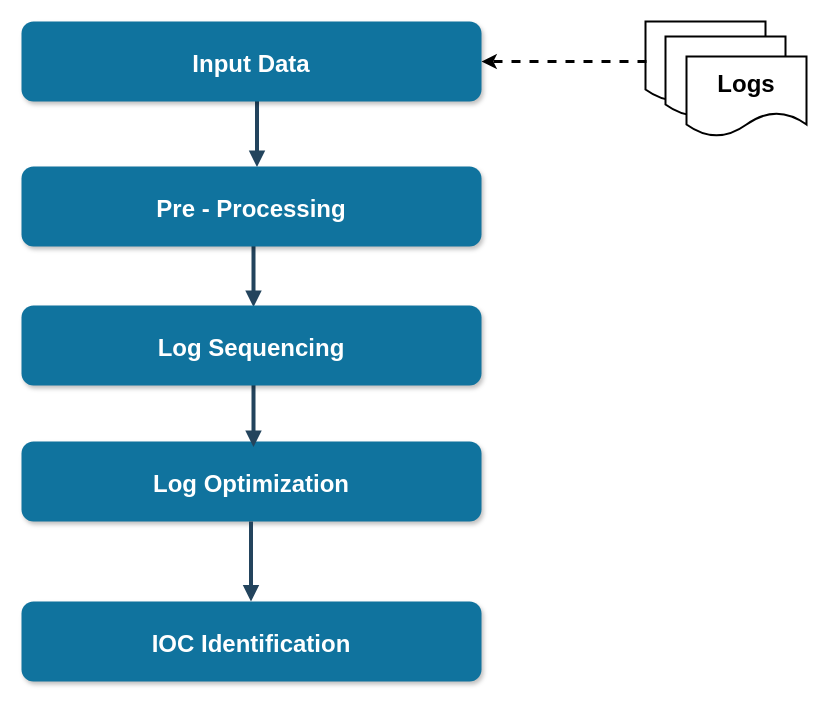
The draw.io diagram Flow Chart 1.drawio in Sjbill/Vishal-Deepfake-Dataset, before the edit. Source tidied: cells renumbered, new cells numbered last; positions are measured from the earlier drawing's top-left corner, leaving out a move shared by most shapes. Both pictures are drawn from the tidied source at 100%, with x=0, y=0 at pixel (21, 21).
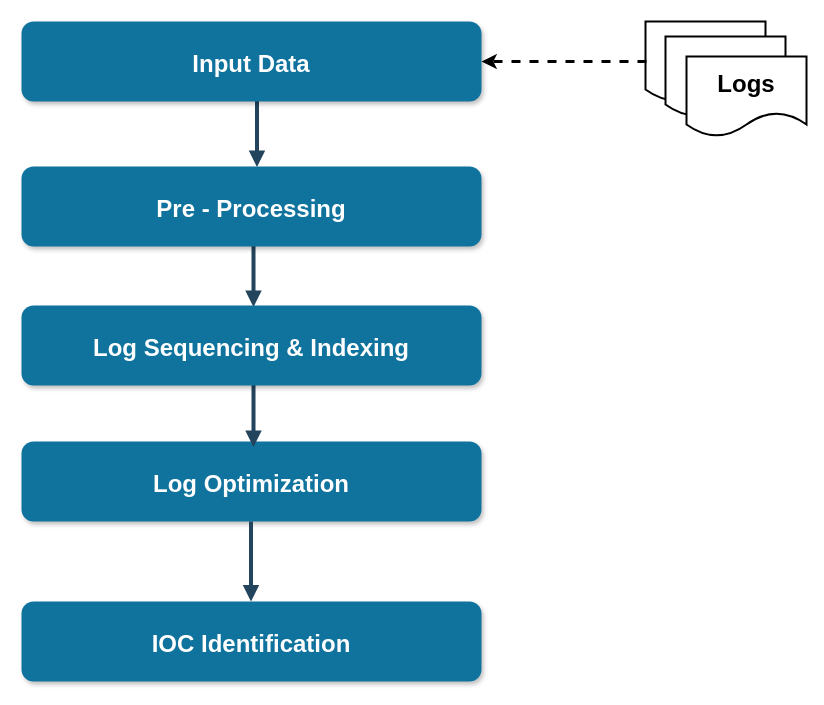
The same diagram, later.

What changed in the source:
```diff
@@
 <mxGraphModel>
   <root>
     <mxCell id="0" />
     <mxCell id="1" parent="0" />
     <mxCell id="2" style="shape=document;whiteSpace=wrap;html=1;boundedLbl=1;strokeWidth=2;fontSize=24;" parent="1" vertex="1">
       <mxGeometry x="624" width="120" height="80" as="geometry" />
     </mxCell>
     <mxCell id="3" style="shape=document;whiteSpace=wrap;html=1;boundedLbl=1;strokeWidth=2;fontSize=24;" parent="1" vertex="1">
       <mxGeometry x="644" y="15" width="120" height="80" as="geometry" />
     </mxCell>
     <mxCell id="4" style="endArrow=classic;html=1;rounded=0;dashed=1;strokeWidth=3;fontSize=24;entryX=1;entryY=0.5;entryDx=0;entryDy=0;" parent="1" edge="1" target="12">
       <mxGeometry relative="1" as="geometry">
         <mxPoint x="625" y="40" as="sourcePoint" />
       </mxGeometry>
     </mxCell>
     <mxCell id="5" style="edgeStyle=elbowEdgeStyle;elbow=vertical;strokeWidth=4;endArrow=block;endFill=1;fontStyle=1;strokeColor=#23445D;fontSize=24;" parent="1" edge="1">
       <mxGeometry x="22" y="165.5" as="geometry">
         <mxPoint x="235.5" y="65.5" as="sourcePoint" />
         <mxPoint x="235.5" y="145.5" as="targetPoint" />
       </mxGeometry>
     </mxCell>
     <mxCell id="6" value="Log Optimization" style="rounded=1;fillColor=#10739E;strokeColor=none;shadow=1;gradientColor=none;fontStyle=1;fontColor=#FFFFFF;fontSize=24;" parent="1" vertex="1">
       <mxGeometry y="420" width="460" height="80" as="geometry" />
     </mxCell>
     <mxCell id="7" value="&lt;b&gt;Logs&lt;/b&gt;" style="shape=document;whiteSpace=wrap;html=1;boundedLbl=1;strokeWidth=2;fontSize=24;" parent="1" vertex="1">
       <mxGeometry x="665" y="35" width="120" height="80" as="geometry" />
     </mxCell>
     <mxCell id="8" style="edgeStyle=elbowEdgeStyle;elbow=vertical;strokeWidth=4;endArrow=block;endFill=1;fontStyle=1;strokeColor=#23445D;fontSize=24;" parent="1" edge="1">
       <mxGeometry x="22" y="165.5" as="geometry">
         <mxPoint x="232" y="205.5" as="sourcePoint" />
         <mxPoint x="232" y="285.5" as="targetPoint" />
       </mxGeometry>
     </mxCell>
     <mxCell id="9" style="edgeStyle=elbowEdgeStyle;elbow=vertical;strokeWidth=4;endArrow=block;endFill=1;fontStyle=1;strokeColor=#23445D;fontSize=24;" parent="1" edge="1">
       <mxGeometry x="22" y="165.5" as="geometry">
         <mxPoint x="232" y="345.5" as="sourcePoint" />
         <mxPoint x="232" y="425.5" as="targetPoint" />
       </mxGeometry>
     </mxCell>
-    <mxCell id="10" value="Log Sequencing" style="rounded=1;fillColor=#10739E;strokeColor=none;shadow=1;gradientColor=none;fontStyle=1;fontColor=#FFFFFF;fontSize=24;" parent="1" vertex="1">
+    <mxCell id="10" value="Log Sequencing &amp; Indexing" style="rounded=1;fillColor=#10739E;strokeColor=none;shadow=1;gradientColor=none;fontStyle=1;fontColor=#FFFFFF;fontSize=24;" parent="1" vertex="1">
       <mxGeometry y="284" width="460" height="80" as="geometry" />
     </mxCell>
     <mxCell id="11" value="Pre - Processing" style="rounded=1;fillColor=#10739E;strokeColor=none;shadow=1;gradientColor=none;fontStyle=1;fontColor=#FFFFFF;fontSize=24;" parent="1" vertex="1">
       <mxGeometry y="145" width="460" height="80" as="geometry" />
     </mxCell>
     <mxCell id="12" value="Input Data" style="rounded=1;fillColor=#10739E;strokeColor=none;shadow=1;gradientColor=none;fontStyle=1;fontColor=#FFFFFF;fontSize=24;" parent="1" vertex="1">
       <mxGeometry width="460" height="80" as="geometry" />
     </mxCell>
     <mxCell id="13" style="edgeStyle=elbowEdgeStyle;elbow=vertical;strokeWidth=4;endArrow=block;endFill=1;fontStyle=1;strokeColor=#23445D;fontSize=24;" parent="1" edge="1">
       <mxGeometry x="22" y="165.5" as="geometry">
         <mxPoint x="229.5" y="500" as="sourcePoint" />
         <mxPoint x="229.5" y="580" as="targetPoint" />
       </mxGeometry>
     </mxCell>
     <mxCell id="14" value="IOC Identification" style="rounded=1;fillColor=#10739E;strokeColor=none;shadow=1;gradientColor=none;fontStyle=1;fontColor=#FFFFFF;fontSize=24;" parent="1" vertex="1">
       <mxGeometry y="580" width="460" height="80" as="geometry" />
     </mxCell>
   </root>
 </mxGraphModel>
```
